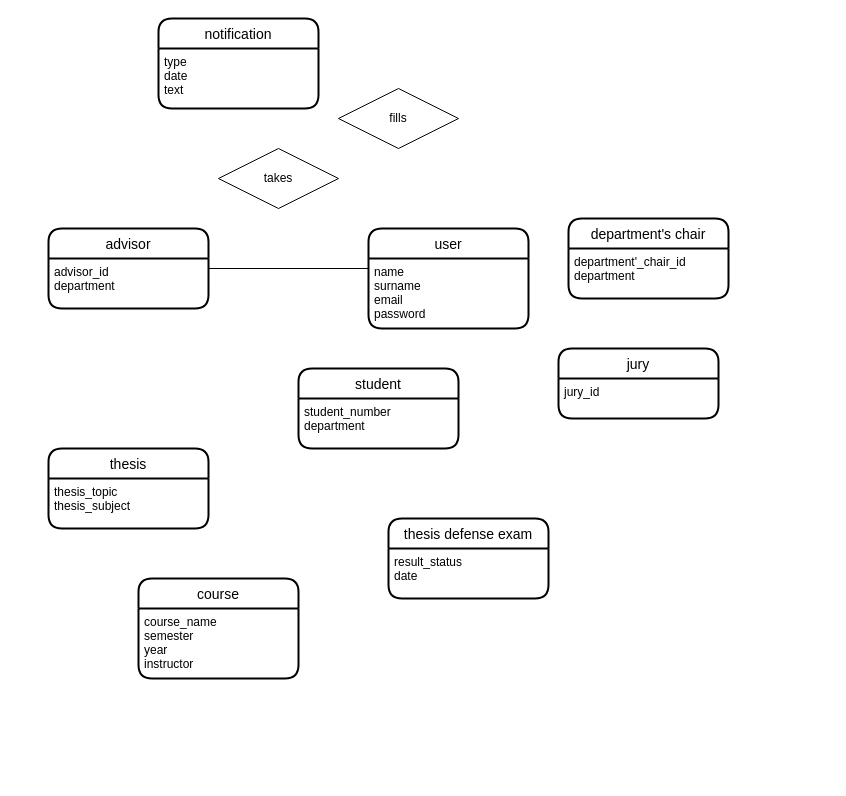
Earlier version of the draw.io diagram master.drawio (Mach3psilon/PharmachDatabase). Source tidied: cells renumbered, new cells numbered last; positions are measured from the earlier drawing's top-left corner, leaving out a move shared by most shapes. Both pictures are drawn from the tidied source at 100%, with x=0, y=0 at pixel (48, 18).
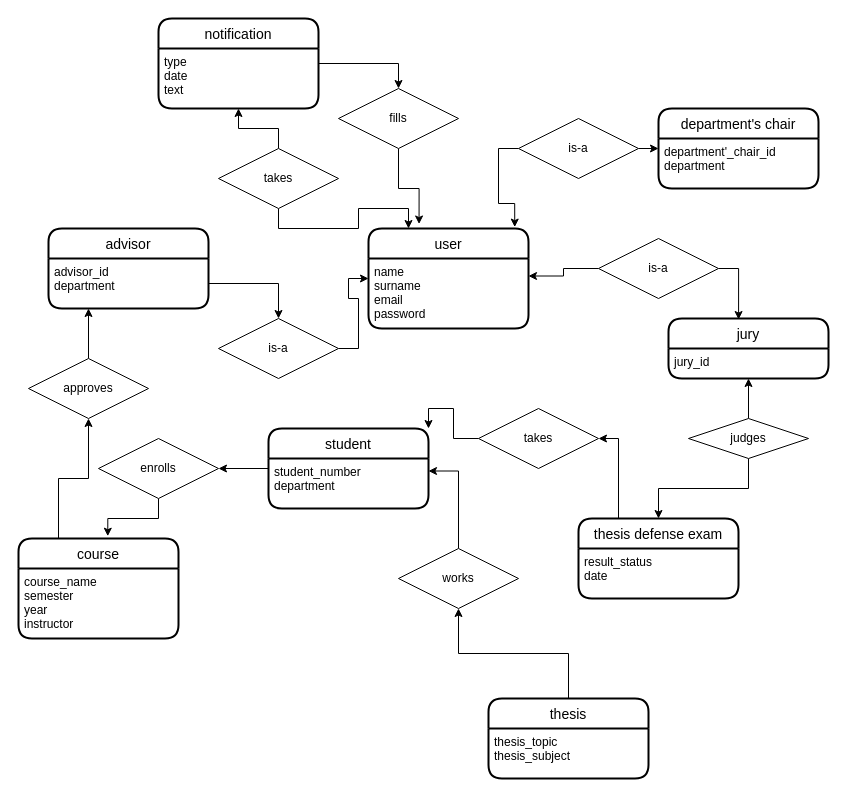
The same page after the edit.

The change refers to these unchanged cells:
```xml
<mxCell id="2" value="user" style="swimlane;horizontal=1;startSize=30;rounded=1;fontSize=14;fontStyle=0;strokeWidth=2;shadow=0;dashed=0;align=center;" parent="1" vertex="1">
  <mxGeometry x="320" y="210" width="160" height="100" as="geometry" />
</mxCell>
<mxCell id="3" value="name&#10;surname&#10;email&#10;password" style="align=left;strokeColor=none;fillColor=none;spacingLeft=4;fontSize=12;verticalAlign=top;" parent="2" vertex="1">
  <mxGeometry y="30" width="160" height="70" as="geometry" />
</mxCell>
<mxCell id="7" value="advisor_id&#10;department" style="align=left;strokeColor=none;fillColor=none;spacingLeft=4;fontSize=12;verticalAlign=top;" parent="6" vertex="1">
  <mxGeometry y="30" width="160" height="50" as="geometry" />
</mxCell>
<mxCell id="10" value="student_number&#10;department" style="align=left;strokeColor=none;fillColor=none;spacingLeft=4;fontSize=12;verticalAlign=top;" parent="9" vertex="1">
  <mxGeometry y="30" width="160" height="50" as="geometry" />
</mxCell>
<mxCell id="12" value="type&#10;date&#10;text" style="align=left;strokeColor=none;fillColor=none;spacingLeft=4;fontSize=12;verticalAlign=top;" parent="11" vertex="1">
  <mxGeometry y="30" width="160" height="60" as="geometry" />
</mxCell>
<mxCell id="23" value="fills" style="shape=rhombus;perimeter=rhombusPerimeter;whiteSpace=wrap;html=1;align=center;" parent="1" vertex="1">
  <mxGeometry x="290" y="70" width="120" height="60" as="geometry" />
</mxCell>
<mxCell id="24" value="takes" style="shape=rhombus;perimeter=rhombusPerimeter;whiteSpace=wrap;html=1;align=center;" parent="1" vertex="1">
  <mxGeometry x="170" y="130" width="120" height="60" as="geometry" />
</mxCell>
```

Change to the diagram source:
```diff
@@
+    <mxCell id="26" style="edgeStyle=orthogonalEdgeStyle;rounded=0;jettySize=auto;html=1;exitX=0;exitY=0.5;exitDx=0;exitDy=0;entryX=1;entryY=0.5;entryDx=0;entryDy=0;" parent="1" edge="1" source="9" target="48">
+      <mxGeometry relative="1" as="geometry" />
+    </mxCell>
     <mxCell id="9" value="student" style="swimlane;horizontal=1;startSize=30;rounded=1;fontSize=14;fontStyle=0;strokeWidth=2;shadow=0;dashed=0;align=center;" parent="1" vertex="1">
-      <mxGeometry x="250" y="350" width="160" height="80" as="geometry" />
+      <mxGeometry x="220" y="410" width="160" height="80" as="geometry" />
     </mxCell>
@@
     <mxCell id="13" value="department's chair" style="swimlane;horizontal=1;startSize=30;rounded=1;fontSize=14;fontStyle=0;strokeWidth=2;shadow=0;dashed=0;align=center;" parent="1" vertex="1">
-      <mxGeometry x="520" y="200" width="160" height="80" as="geometry" />
+      <mxGeometry x="610" y="90" width="160" height="80" as="geometry" />
     </mxCell>
@@
     <mxCell id="15" value="jury" style="swimlane;horizontal=1;startSize=30;rounded=1;fontSize=14;fontStyle=0;strokeWidth=2;shadow=0;dashed=0;align=center;" parent="1" vertex="1">
-      <mxGeometry x="510" y="330" width="160" height="70" as="geometry" />
+      <mxGeometry x="620" y="300" width="160" height="60" as="geometry" />
     </mxCell>
     <mxCell id="16" value="jury_id" style="align=left;strokeColor=none;fillColor=none;spacingLeft=4;fontSize=12;verticalAlign=top;" parent="15" vertex="1">
-      <mxGeometry y="30" width="160" height="40" as="geometry" />
+      <mxGeometry y="30" width="160" height="30" as="geometry" />
     </mxCell>
+    <mxCell id="27" style="edgeStyle=orthogonalEdgeStyle;rounded=0;jettySize=auto;html=1;entryX=0.5;entryY=1;entryDx=0;entryDy=0;" parent="1" edge="1" source="17" target="46">
+      <mxGeometry relative="1" as="geometry" />
+    </mxCell>
     <mxCell id="17" value="thesis" style="swimlane;horizontal=1;startSize=30;rounded=1;fontSize=14;fontStyle=0;strokeWidth=2;shadow=0;dashed=0;align=center;" parent="1" vertex="1">
-      <mxGeometry y="430" width="160" height="80" as="geometry" />
+      <mxGeometry x="440" y="680" width="160" height="80" as="geometry" />
     </mxCell>
@@
+    <mxCell id="28" style="edgeStyle=orthogonalEdgeStyle;rounded=0;jettySize=auto;html=1;exitX=0.25;exitY=0;exitDx=0;exitDy=0;entryX=1;entryY=0.5;entryDx=0;entryDy=0;" parent="1" edge="1" source="19" target="44">
+      <mxGeometry relative="1" as="geometry" />
+    </mxCell>
     <mxCell id="19" value="thesis defense exam" style="swimlane;horizontal=1;startSize=30;rounded=1;fontSize=14;fontStyle=0;strokeWidth=2;shadow=0;dashed=0;align=center;" parent="1" vertex="1">
-      <mxGeometry x="340" y="500" width="160" height="80" as="geometry" />
+      <mxGeometry x="530" y="500" width="160" height="80" as="geometry" />
     </mxCell>
@@
+    <mxCell id="29" style="edgeStyle=orthogonalEdgeStyle;rounded=0;jettySize=auto;html=1;exitX=0.25;exitY=0;exitDx=0;exitDy=0;entryX=0.5;entryY=1;entryDx=0;entryDy=0;" parent="1" edge="1" source="21" target="50">
+      <mxGeometry relative="1" as="geometry" />
+    </mxCell>
     <mxCell id="21" value="course" style="swimlane;horizontal=1;startSize=30;rounded=1;fontSize=14;fontStyle=0;strokeWidth=2;shadow=0;dashed=0;align=center;" parent="1" vertex="1">
-      <mxGeometry x="90" y="560" width="160" height="100" as="geometry" />
+      <mxGeometry x="-30" y="520" width="160" height="100" as="geometry" />
     </mxCell>
@@
+    <mxCell id="30" style="edgeStyle=orthogonalEdgeStyle;rounded=0;jettySize=auto;html=1;exitX=0.5;exitY=1;exitDx=0;exitDy=0;entryX=0.316;entryY=-0.045;entryDx=0;entryDy=0;entryPerimeter=0;" parent="1" edge="1" source="23" target="2">
+      <mxGeometry relative="1" as="geometry" />
+    </mxCell>
@@
+    <mxCell id="31" style="edgeStyle=orthogonalEdgeStyle;rounded=0;jettySize=auto;html=1;exitX=0.5;exitY=1;exitDx=0;exitDy=0;entryX=0.25;entryY=0;entryDx=0;entryDy=0;" parent="1" edge="1" source="24" target="2">
+      <mxGeometry relative="1" as="geometry" />
+    </mxCell>
+    <mxCell id="32" style="edgeStyle=orthogonalEdgeStyle;rounded=0;jettySize=auto;html=1;" parent="1" edge="1" source="24" target="12">
+      <mxGeometry relative="1" as="geometry" />
+    </mxCell>
@@
-    <mxCell id="25" style="endArrow=none;html=1;rounded=0;" parent="1" edge="1">
-      <mxGeometry relative="1" as="geometry">
-        <mxPoint x="160" y="250" as="sourcePoint" />
-        <mxPoint x="320" y="250" as="targetPoint" />
-      </mxGeometry>
-    </mxCell>
+    <mxCell id="33" style="edgeStyle=orthogonalEdgeStyle;rounded=0;jettySize=auto;html=1;exitX=1;exitY=0.25;exitDx=0;exitDy=0;entryX=0.5;entryY=0;entryDx=0;entryDy=0;" parent="1" edge="1" source="12" target="23">
+      <mxGeometry relative="1" as="geometry" />
+    </mxCell>
+    <mxCell id="34" style="edgeStyle=orthogonalEdgeStyle;rounded=0;jettySize=auto;html=1;exitX=0;exitY=0.5;exitDx=0;exitDy=0;entryX=0.914;entryY=-0.014;entryDx=0;entryDy=0;entryPerimeter=0;" parent="1" edge="1" source="36" target="2">
+      <mxGeometry relative="1" as="geometry" />
+    </mxCell>
+    <mxCell id="35" style="edgeStyle=orthogonalEdgeStyle;rounded=0;jettySize=auto;html=1;exitX=1;exitY=0.5;exitDx=0;exitDy=0;entryX=0;entryY=0.5;entryDx=0;entryDy=0;" parent="1" edge="1" source="36" target="13">
+      <mxGeometry relative="1" as="geometry" />
+    </mxCell>
+    <mxCell id="36" value="is-a" style="shape=rhombus;perimeter=rhombusPerimeter;whiteSpace=wrap;html=1;align=center;" parent="1" vertex="1">
+      <mxGeometry x="470" y="100" width="120" height="60" as="geometry" />
+    </mxCell>
+    <mxCell id="37" style="edgeStyle=orthogonalEdgeStyle;rounded=0;jettySize=auto;html=1;entryX=1;entryY=0.25;entryDx=0;entryDy=0;" parent="1" edge="1" source="39" target="3">
+      <mxGeometry relative="1" as="geometry" />
+    </mxCell>
+    <mxCell id="38" style="edgeStyle=orthogonalEdgeStyle;rounded=0;jettySize=auto;html=1;exitX=1;exitY=0.5;exitDx=0;exitDy=0;entryX=0.438;entryY=0.017;entryDx=0;entryDy=0;entryPerimeter=0;" parent="1" edge="1" source="39" target="15">
+      <mxGeometry relative="1" as="geometry" />
+    </mxCell>
+    <mxCell id="39" value="is-a" style="shape=rhombus;perimeter=rhombusPerimeter;whiteSpace=wrap;html=1;align=center;" parent="1" vertex="1">
+      <mxGeometry x="550" y="220" width="120" height="60" as="geometry" />
+    </mxCell>
+    <mxCell id="40" style="edgeStyle=orthogonalEdgeStyle;rounded=0;jettySize=auto;html=1;entryX=0.5;entryY=1;entryDx=0;entryDy=0;" parent="1" edge="1" source="42" target="16">
+      <mxGeometry relative="1" as="geometry" />
+    </mxCell>
+    <mxCell id="41" style="edgeStyle=orthogonalEdgeStyle;rounded=0;jettySize=auto;html=1;exitX=0.5;exitY=1;exitDx=0;exitDy=0;" parent="1" edge="1" source="42" target="19">
+      <mxGeometry relative="1" as="geometry" />
+    </mxCell>
+    <mxCell id="42" value="judges" style="shape=rhombus;perimeter=rhombusPerimeter;whiteSpace=wrap;html=1;align=center;" parent="1" vertex="1">
+      <mxGeometry x="640" y="400" width="120" height="40" as="geometry" />
+    </mxCell>
+    <mxCell id="43" style="edgeStyle=orthogonalEdgeStyle;rounded=0;jettySize=auto;html=1;entryX=1;entryY=0;entryDx=0;entryDy=0;" parent="1" edge="1" source="44" target="9">
+      <mxGeometry relative="1" as="geometry" />
+    </mxCell>
+    <mxCell id="44" value="takes" style="shape=rhombus;perimeter=rhombusPerimeter;whiteSpace=wrap;html=1;align=center;" parent="1" vertex="1">
+      <mxGeometry x="430" y="390" width="120" height="60" as="geometry" />
+    </mxCell>
+    <mxCell id="45" style="edgeStyle=orthogonalEdgeStyle;rounded=0;jettySize=auto;html=1;exitX=0.5;exitY=0;exitDx=0;exitDy=0;entryX=1;entryY=0.25;entryDx=0;entryDy=0;" parent="1" edge="1" source="46" target="10">
+      <mxGeometry relative="1" as="geometry" />
+    </mxCell>
+    <mxCell id="46" value="works" style="shape=rhombus;perimeter=rhombusPerimeter;whiteSpace=wrap;html=1;align=center;" parent="1" vertex="1">
+      <mxGeometry x="350" y="530" width="120" height="60" as="geometry" />
+    </mxCell>
+    <mxCell id="47" style="edgeStyle=orthogonalEdgeStyle;rounded=0;jettySize=auto;html=1;entryX=0.558;entryY=-0.023;entryDx=0;entryDy=0;entryPerimeter=0;" parent="1" edge="1" source="48" target="21">
+      <mxGeometry relative="1" as="geometry" />
+    </mxCell>
+    <mxCell id="48" value="enrolls" style="shape=rhombus;perimeter=rhombusPerimeter;whiteSpace=wrap;html=1;align=center;" parent="1" vertex="1">
+      <mxGeometry x="50" y="420" width="120" height="60" as="geometry" />
+    </mxCell>
+    <mxCell id="49" style="edgeStyle=orthogonalEdgeStyle;rounded=0;jettySize=auto;html=1;entryX=0.25;entryY=1;entryDx=0;entryDy=0;" parent="1" edge="1" source="50" target="7">
+      <mxGeometry relative="1" as="geometry" />
+    </mxCell>
+    <mxCell id="50" value="approves" style="shape=rhombus;perimeter=rhombusPerimeter;whiteSpace=wrap;html=1;align=center;" parent="1" vertex="1">
+      <mxGeometry x="-20" y="340" width="120" height="60" as="geometry" />
+    </mxCell>
+    <mxCell id="51" style="edgeStyle=orthogonalEdgeStyle;rounded=0;jettySize=auto;html=1;exitX=1;exitY=0.5;exitDx=0;exitDy=0;entryX=0;entryY=0.5;entryDx=0;entryDy=0;" parent="1" edge="1" source="52" target="2">
+      <mxGeometry relative="1" as="geometry" />
+    </mxCell>
+    <mxCell id="52" value="is-a" style="shape=rhombus;perimeter=rhombusPerimeter;whiteSpace=wrap;html=1;align=center;" parent="1" vertex="1">
+      <mxGeometry x="170" y="300" width="120" height="60" as="geometry" />
+    </mxCell>
+    <mxCell id="53" style="edgeStyle=orthogonalEdgeStyle;rounded=0;jettySize=auto;html=1;exitX=1;exitY=0.5;exitDx=0;exitDy=0;entryX=0.5;entryY=0;entryDx=0;entryDy=0;" parent="1" edge="1" source="7" target="52">
+      <mxGeometry relative="1" as="geometry" />
+    </mxCell>
```
